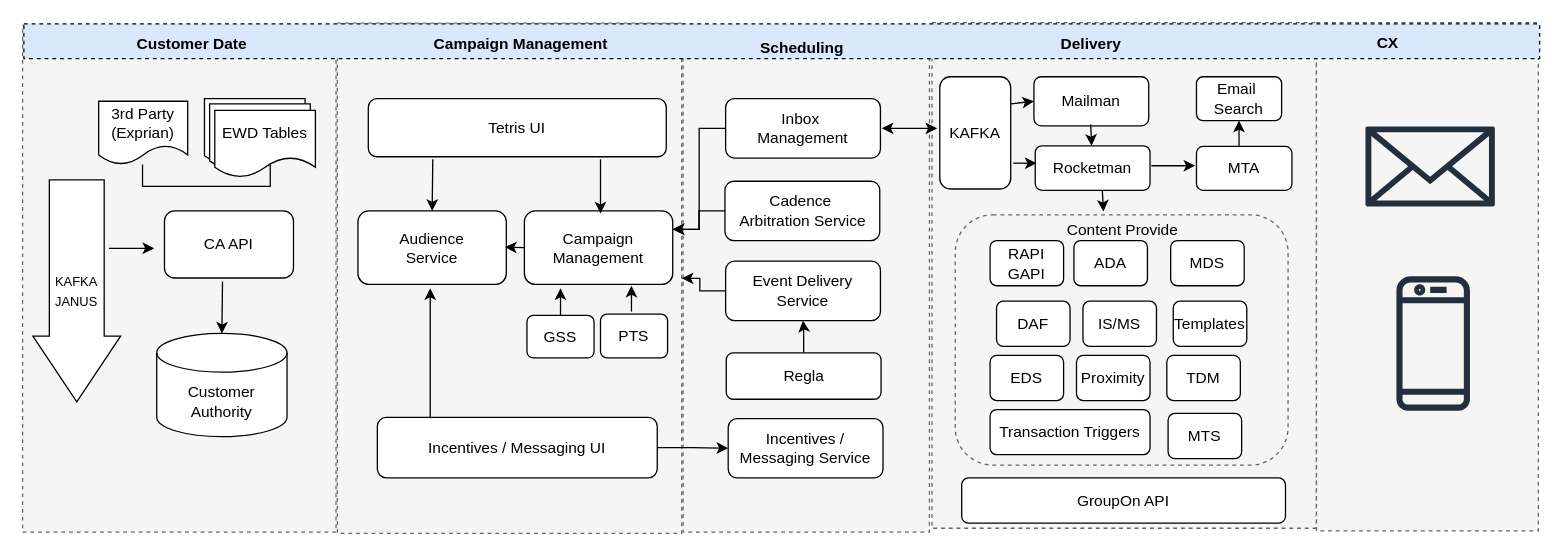
Before: Untitled Diagram.drawio in BaljeetMalik/SystemDesign, a draw.io diagram. Source tidied: cells renumbered, new cells numbered last; positions are measured from the earlier drawing's top-left corner, leaving out a move shared by most shapes. Both pictures are drawn from the tidied source at 129%, with x=0, y=0 at pixel (22, 22).
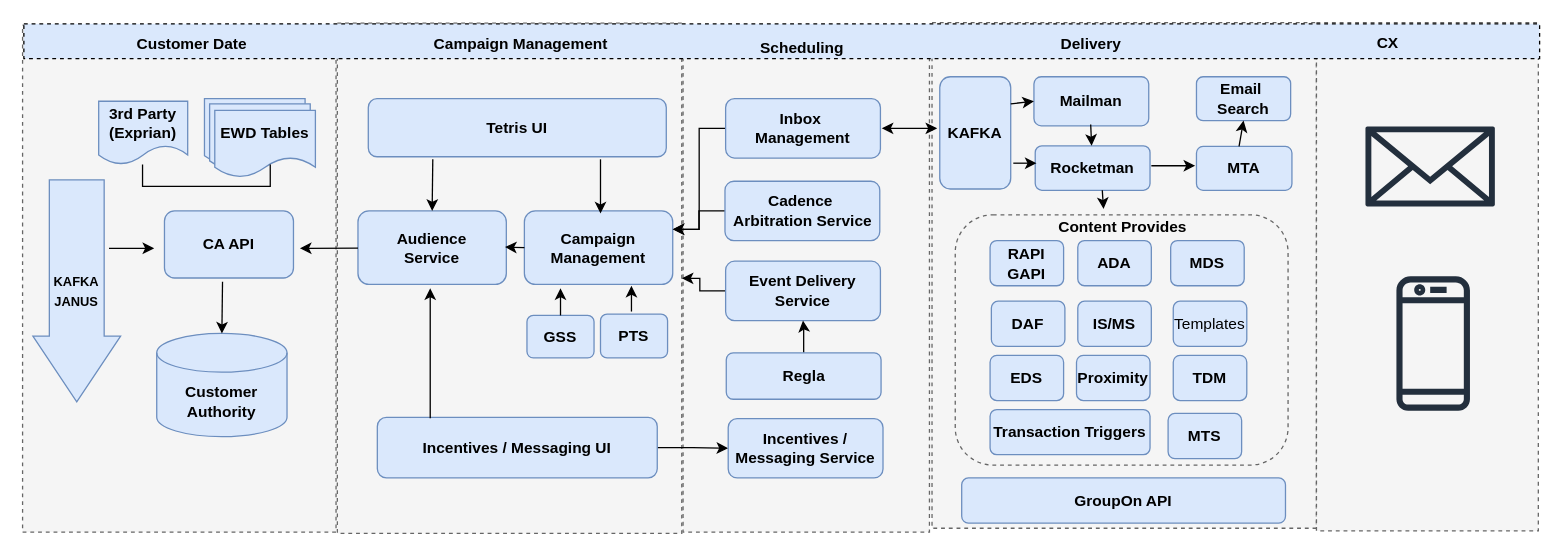
Above is the later version.

What changed in the source:
```diff
@@
-    <mxCell id="14" value="3rd Party (Exprian)" style="shape=document;whiteSpace=wrap;html=1;boundedLbl=1;" parent="1" vertex="1">
+    <mxCell id="14" value="3rd Party (Exprian)" style="shape=document;whiteSpace=wrap;html=1;boundedLbl=1;fillColor=#dae8fc;strokeColor=#6c8ebf;fontStyle=1;" parent="1" vertex="1">
       <mxGeometry x="59" y="61" width="69" height="49" as="geometry" />
     </mxCell>
-    <mxCell id="15" value="Customer &lt;br&gt;Authority" style="shape=cylinder3;whiteSpace=wrap;html=1;boundedLbl=1;backgroundOutline=1;size=15;" parent="1" vertex="1">
+    <mxCell id="15" value="Customer &lt;br&gt;Authority" style="shape=cylinder3;whiteSpace=wrap;html=1;boundedLbl=1;backgroundOutline=1;size=15;fillColor=#dae8fc;strokeColor=#6c8ebf;fontStyle=1;" parent="1" vertex="1">
       <mxGeometry x="104" y="241" width="101" height="80" as="geometry" />
     </mxCell>
-    <mxCell id="16" value="CA API" style="rounded=1;whiteSpace=wrap;html=1;" parent="1" vertex="1">
+    <mxCell id="16" value="CA API" style="rounded=1;whiteSpace=wrap;html=1;fillColor=#dae8fc;strokeColor=#6c8ebf;fontStyle=1;" parent="1" vertex="1">
       <mxGeometry x="110" y="146" width="100" height="52" as="geometry" />
     </mxCell>
-    <mxCell id="17" style="shape=document;whiteSpace=wrap;html=1;boundedLbl=1;" parent="1" vertex="1">
+    <mxCell id="17" style="shape=document;whiteSpace=wrap;html=1;boundedLbl=1;fillColor=#dae8fc;strokeColor=#6c8ebf;" parent="1" vertex="1">
       <mxGeometry x="141" y="59" width="78" height="52" as="geometry" />
     </mxCell>
-    <mxCell id="18" style="shape=document;whiteSpace=wrap;html=1;boundedLbl=1;" parent="1" vertex="1">
+    <mxCell id="18" style="shape=document;whiteSpace=wrap;html=1;boundedLbl=1;fillColor=#dae8fc;strokeColor=#6c8ebf;" parent="1" vertex="1">
       <mxGeometry x="145" y="63" width="78" height="52" as="geometry" />
     </mxCell>
-    <mxCell id="19" value="EWD Tables" style="shape=document;whiteSpace=wrap;html=1;boundedLbl=1;" parent="1" vertex="1">
+    <mxCell id="19" value="EWD Tables" style="shape=document;whiteSpace=wrap;html=1;boundedLbl=1;fillColor=#dae8fc;strokeColor=#6c8ebf;fontStyle=1;" parent="1" vertex="1">
       <mxGeometry x="149" y="68" width="78" height="52" as="geometry" />
     </mxCell>
@@
-    <mxCell id="22" value="&lt;font style=&quot;font-size: 10px;&quot;&gt;KAFKA JANUS&lt;/font&gt;" style="shape=singleArrow;direction=south;whiteSpace=wrap;html=1;arrowWidth=0.625;arrowSize=0.29651162790697677;horizontal=1;verticalAlign=middle;labelPosition=center;verticalLabelPosition=middle;align=center;" parent="1" vertex="1">
+    <mxCell id="22" value="&lt;font style=&quot;font-size: 10px;&quot;&gt;KAFKA JANUS&lt;/font&gt;" style="shape=singleArrow;direction=south;whiteSpace=wrap;html=1;arrowWidth=0.625;arrowSize=0.29651162790697677;horizontal=1;verticalAlign=middle;labelPosition=center;verticalLabelPosition=middle;align=center;fillColor=#dae8fc;strokeColor=#6c8ebf;fontStyle=1;" parent="1" vertex="1">
       <mxGeometry x="8" y="122" width="68" height="172" as="geometry" />
     </mxCell>
-    <mxCell id="23" value="Tetris UI" style="rounded=1;whiteSpace=wrap;html=1;" parent="1" vertex="1">
+    <mxCell id="23" value="Tetris UI" style="rounded=1;whiteSpace=wrap;html=1;fillColor=#dae8fc;strokeColor=#6c8ebf;fontStyle=1;" parent="1" vertex="1">
       <mxGeometry x="268" y="59" width="231" height="45" as="geometry" />
     </mxCell>
-    <mxCell id="24" value="Audience&lt;br&gt;Service" style="rounded=1;whiteSpace=wrap;html=1;" parent="1" vertex="1">
+    <mxCell id="24" value="Audience&lt;br&gt;Service" style="rounded=1;whiteSpace=wrap;html=1;fillColor=#dae8fc;strokeColor=#6c8ebf;fontStyle=1;" parent="1" vertex="1">
       <mxGeometry x="260" y="146" width="115" height="57" as="geometry" />
     </mxCell>
-    <mxCell id="25" value="Campaign Management" style="rounded=1;whiteSpace=wrap;html=1;" parent="1" vertex="1">
+    <mxCell id="25" value="Campaign Management" style="rounded=1;whiteSpace=wrap;html=1;fillColor=#dae8fc;strokeColor=#6c8ebf;fontStyle=1;" parent="1" vertex="1">
       <mxGeometry x="389" y="146" width="115" height="57" as="geometry" />
     </mxCell>
-    <mxCell id="26" value="GSS" style="rounded=1;whiteSpace=wrap;html=1;" parent="1" vertex="1">
+    <mxCell id="26" value="GSS" style="rounded=1;whiteSpace=wrap;html=1;fillColor=#dae8fc;strokeColor=#6c8ebf;fontStyle=1;" parent="1" vertex="1">
       <mxGeometry x="391" y="227" width="52" height="33" as="geometry" />
     </mxCell>
-    <mxCell id="27" value="PTS" style="rounded=1;whiteSpace=wrap;html=1;" parent="1" vertex="1">
+    <mxCell id="27" value="PTS" style="rounded=1;whiteSpace=wrap;html=1;fillColor=#dae8fc;strokeColor=#6c8ebf;fontStyle=1;" parent="1" vertex="1">
       <mxGeometry x="448" y="226" width="52" height="34" as="geometry" />
     </mxCell>
@@
-    <mxCell id="34" value="Incentives / Messaging UI" style="rounded=1;whiteSpace=wrap;html=1;" parent="1" vertex="1">
+    <mxCell id="34" value="Incentives / Messaging UI" style="rounded=1;whiteSpace=wrap;html=1;fillColor=#dae8fc;strokeColor=#6c8ebf;fontStyle=1;" parent="1" vertex="1">
       <mxGeometry x="275" y="306" width="217" height="47" as="geometry" />
     </mxCell>
@@
-    <mxCell id="37" value="Inbox&amp;nbsp;&lt;br&gt;Management" style="rounded=1;whiteSpace=wrap;html=1;" parent="1" vertex="1">
+    <mxCell id="37" value="Inbox&amp;nbsp;&lt;br&gt;Management" style="rounded=1;whiteSpace=wrap;html=1;fillColor=#dae8fc;strokeColor=#6c8ebf;fontStyle=1;" parent="1" vertex="1">
       <mxGeometry x="545" y="59" width="120" height="46" as="geometry" />
     </mxCell>
@@
-    <mxCell id="39" value="Cadence&amp;nbsp;&lt;br&gt;Arbitration Service" style="rounded=1;whiteSpace=wrap;html=1;" parent="1" vertex="1">
+    <mxCell id="39" value="Cadence&amp;nbsp;&lt;br&gt;Arbitration Service" style="rounded=1;whiteSpace=wrap;html=1;fillColor=#dae8fc;strokeColor=#6c8ebf;fontStyle=1;" parent="1" vertex="1">
       <mxGeometry x="544.5" y="123" width="120" height="46" as="geometry" />
     </mxCell>
@@
-    <mxCell id="41" value="Event Delivery Service" style="rounded=1;whiteSpace=wrap;html=1;" parent="1" vertex="1">
+    <mxCell id="41" value="Event Delivery Service" style="rounded=1;whiteSpace=wrap;html=1;fillColor=#dae8fc;strokeColor=#6c8ebf;fontStyle=1;" parent="1" vertex="1">
       <mxGeometry x="545" y="185" width="120" height="46" as="geometry" />
     </mxCell>
@@
-    <mxCell id="43" value="Regla" style="rounded=1;whiteSpace=wrap;html=1;" parent="1" vertex="1">
+    <mxCell id="43" value="Regla" style="rounded=1;whiteSpace=wrap;html=1;fillColor=#dae8fc;strokeColor=#6c8ebf;fontStyle=1;" parent="1" vertex="1">
       <mxGeometry x="545.5" y="256" width="120" height="36" as="geometry" />
     </mxCell>
-    <mxCell id="44" value="Incentives / Messaging Service" style="rounded=1;whiteSpace=wrap;html=1;" parent="1" vertex="1">
+    <mxCell id="44" value="Incentives / Messaging Service" style="rounded=1;whiteSpace=wrap;html=1;fillColor=#dae8fc;strokeColor=#6c8ebf;fontStyle=1;" parent="1" vertex="1">
       <mxGeometry x="547" y="307" width="120" height="46" as="geometry" />
     </mxCell>
-    <mxCell id="45" value="KAFKA" style="rounded=1;whiteSpace=wrap;html=1;" parent="1" vertex="1">
+    <mxCell id="45" value="KAFKA" style="rounded=1;whiteSpace=wrap;html=1;fillColor=#dae8fc;strokeColor=#6c8ebf;fontStyle=1;" parent="1" vertex="1">
       <mxGeometry x="711" y="42" width="55" height="87" as="geometry" />
     </mxCell>
-    <mxCell id="46" value="Mailman" style="rounded=1;whiteSpace=wrap;html=1;" parent="1" vertex="1">
+    <mxCell id="46" value="Mailman" style="rounded=1;whiteSpace=wrap;html=1;fillColor=#dae8fc;strokeColor=#6c8ebf;fontStyle=1;" parent="1" vertex="1">
       <mxGeometry x="784" y="42" width="89" height="38" as="geometry" />
     </mxCell>
-    <mxCell id="47" value="MTA" style="rounded=1;whiteSpace=wrap;html=1;" parent="1" vertex="1">
+    <mxCell id="47" value="MTA" style="rounded=1;whiteSpace=wrap;html=1;fillColor=#dae8fc;strokeColor=#6c8ebf;fontStyle=1;" parent="1" vertex="1">
       <mxGeometry x="910" y="96" width="74" height="34" as="geometry" />
     </mxCell>
@@
-    <mxCell id="49" value="RAPI&lt;br&gt;GAPI" style="rounded=1;whiteSpace=wrap;html=1;" parent="1" vertex="1">
+    <mxCell id="49" value="RAPI&lt;br&gt;GAPI" style="rounded=1;whiteSpace=wrap;html=1;fillColor=#dae8fc;strokeColor=#6c8ebf;fontStyle=1;" parent="1" vertex="1">
       <mxGeometry x="750" y="169" width="57" height="35" as="geometry" />
     </mxCell>
-    <mxCell id="50" value="ADA" style="rounded=1;whiteSpace=wrap;html=1;" parent="1" vertex="1">
-      <mxGeometry x="815" y="169" width="57" height="35" as="geometry" />
+    <mxCell id="50" value="ADA" style="rounded=1;whiteSpace=wrap;html=1;fillColor=#dae8fc;strokeColor=#6c8ebf;fontStyle=1;" parent="1" vertex="1">
+      <mxGeometry x="818" y="169" width="57" height="35" as="geometry" />
     </mxCell>
-    <mxCell id="51" value="MDS" style="rounded=1;whiteSpace=wrap;html=1;" parent="1" vertex="1">
+    <mxCell id="51" value="MDS" style="rounded=1;whiteSpace=wrap;html=1;fillColor=#dae8fc;strokeColor=#6c8ebf;fontStyle=1;" parent="1" vertex="1">
       <mxGeometry x="890" y="169" width="57" height="35" as="geometry" />
     </mxCell>
-    <mxCell id="52" value="DAF" style="rounded=1;whiteSpace=wrap;html=1;" parent="1" vertex="1">
-      <mxGeometry x="755" y="216" width="57" height="35" as="geometry" />
+    <mxCell id="52" value="DAF" style="rounded=1;whiteSpace=wrap;html=1;fillColor=#dae8fc;strokeColor=#6c8ebf;fontStyle=1;" parent="1" vertex="1">
+      <mxGeometry x="751" y="216" width="57" height="35" as="geometry" />
     </mxCell>
-    <mxCell id="53" value="IS/MS" style="rounded=1;whiteSpace=wrap;html=1;" parent="1" vertex="1">
-      <mxGeometry x="822" y="216" width="57" height="35" as="geometry" />
+    <mxCell id="53" value="IS/MS" style="rounded=1;whiteSpace=wrap;html=1;fillColor=#dae8fc;strokeColor=#6c8ebf;fontStyle=1;" parent="1" vertex="1">
+      <mxGeometry x="818" y="216" width="57" height="35" as="geometry" />
     </mxCell>
-    <mxCell id="54" value="Templates" style="rounded=1;whiteSpace=wrap;html=1;" parent="1" vertex="1">
+    <mxCell id="54" value="Templates" style="rounded=1;whiteSpace=wrap;html=1;fillColor=#dae8fc;strokeColor=#6c8ebf;" parent="1" vertex="1">
       <mxGeometry x="892" y="216" width="57" height="35" as="geometry" />
     </mxCell>
-    <mxCell id="55" value="EDS" style="rounded=1;whiteSpace=wrap;html=1;" parent="1" vertex="1">
+    <mxCell id="55" value="EDS" style="rounded=1;whiteSpace=wrap;html=1;fillColor=#dae8fc;strokeColor=#6c8ebf;fontStyle=1;" parent="1" vertex="1">
       <mxGeometry x="750" y="258" width="57" height="35" as="geometry" />
     </mxCell>
-    <mxCell id="56" value="Proximity" style="rounded=1;whiteSpace=wrap;html=1;" parent="1" vertex="1">
+    <mxCell id="56" value="Proximity" style="rounded=1;whiteSpace=wrap;html=1;fillColor=#dae8fc;strokeColor=#6c8ebf;fontStyle=1;" parent="1" vertex="1">
       <mxGeometry x="817" y="258" width="57" height="35" as="geometry" />
     </mxCell>
-    <mxCell id="57" value="TDM" style="rounded=1;whiteSpace=wrap;html=1;" parent="1" vertex="1">
-      <mxGeometry x="887" y="258" width="57" height="35" as="geometry" />
+    <mxCell id="57" value="TDM" style="rounded=1;whiteSpace=wrap;html=1;fillColor=#dae8fc;strokeColor=#6c8ebf;fontStyle=1;" parent="1" vertex="1">
+      <mxGeometry x="892" y="258" width="57" height="35" as="geometry" />
     </mxCell>
-    <mxCell id="58" value="Transaction Triggers" style="rounded=1;whiteSpace=wrap;html=1;" parent="1" vertex="1">
+    <mxCell id="58" value="Transaction Triggers" style="rounded=1;whiteSpace=wrap;html=1;fillColor=#dae8fc;strokeColor=#6c8ebf;fontStyle=1;" parent="1" vertex="1">
       <mxGeometry x="750" y="300" width="124" height="35" as="geometry" />
     </mxCell>
-    <mxCell id="59" value="MTS" style="rounded=1;whiteSpace=wrap;html=1;" parent="1" vertex="1">
+    <mxCell id="59" value="MTS" style="rounded=1;whiteSpace=wrap;html=1;fillColor=#dae8fc;strokeColor=#6c8ebf;fontStyle=1;" parent="1" vertex="1">
       <mxGeometry x="888" y="303" width="57" height="35" as="geometry" />
     </mxCell>
-    <mxCell id="60" value="Rocketman" style="rounded=1;whiteSpace=wrap;html=1;" parent="1" vertex="1">
+    <mxCell id="60" value="Rocketman" style="rounded=1;whiteSpace=wrap;html=1;fillColor=#dae8fc;strokeColor=#6c8ebf;fontStyle=1;" parent="1" vertex="1">
       <mxGeometry x="785" y="95.5" width="89" height="34.5" as="geometry" />
     </mxCell>
@@
-    <mxCell id="65" value="Email&amp;nbsp; Search" style="rounded=1;whiteSpace=wrap;html=1;" parent="1" vertex="1">
-      <mxGeometry x="910" y="42" width="66" height="34" as="geometry" />
+    <mxCell id="65" value="Email&amp;nbsp; Search" style="rounded=1;whiteSpace=wrap;html=1;fillColor=#dae8fc;strokeColor=#6c8ebf;fontStyle=1;" parent="1" vertex="1">
+      <mxGeometry x="910" y="42" width="73" height="34" as="geometry" />
     </mxCell>
-    <mxCell id="66" value="GroupOn API" style="rounded=1;whiteSpace=wrap;html=1;" parent="1" vertex="1">
+    <mxCell id="66" value="GroupOn API" style="rounded=1;whiteSpace=wrap;html=1;fillColor=#dae8fc;strokeColor=#6c8ebf;fontStyle=1;" parent="1" vertex="1">
       <mxGeometry x="728" y="353" width="251" height="35" as="geometry" />
     </mxCell>
@@
-    <mxCell id="69" value="Content Provide" style="text;html=1;strokeColor=none;fillColor=none;align=center;verticalAlign=middle;whiteSpace=wrap;rounded=0;" parent="1" vertex="1">
-      <mxGeometry x="800" y="146" width="106" height="30" as="geometry" />
+    <mxCell id="69" value="Content Provides" style="text;html=1;strokeColor=none;fillColor=none;align=center;verticalAlign=middle;whiteSpace=wrap;rounded=0;fontStyle=1;" parent="1" vertex="1">
+      <mxGeometry x="800" y="144" width="106" height="30" as="geometry" />
     </mxCell>
@@
+    <mxCell id="74" style="endArrow=classic;html=1;rounded=0;" parent="1" edge="1" source="24">
+      <mxGeometry relative="1" as="geometry">
+        <mxPoint x="215" y="175" as="targetPoint" />
+      </mxGeometry>
+    </mxCell>
```
